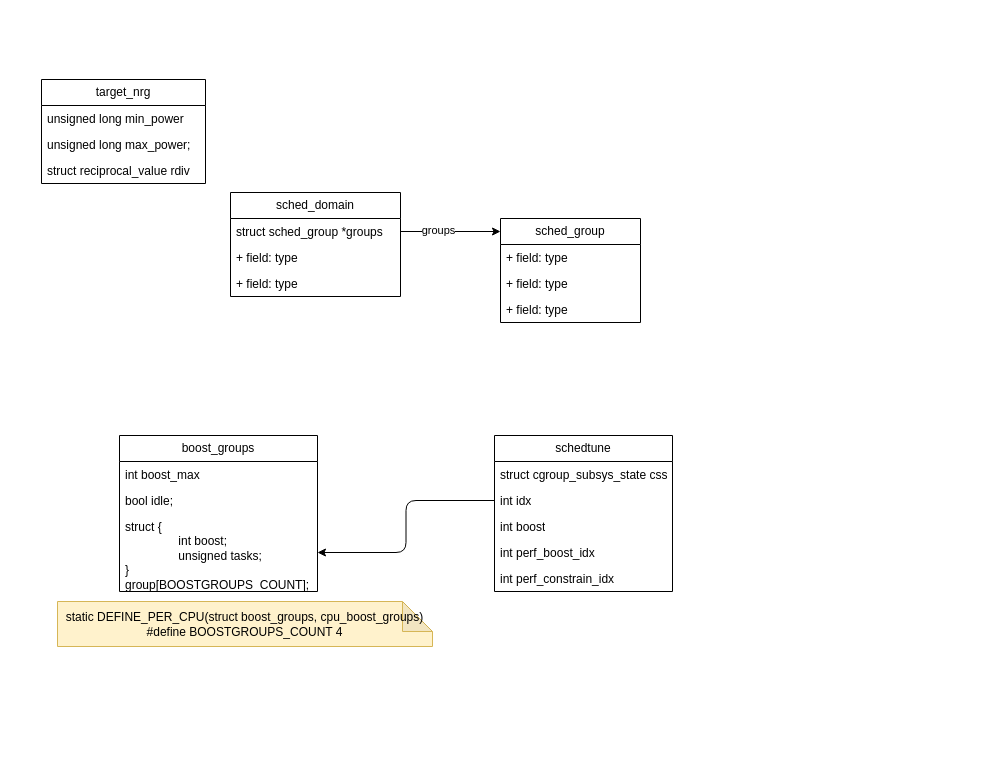
jasonactions/graph keeps this draw.io diagram as schedtune.drawio. Above is the earlier version. Source tidied: cells renumbered, new cells numbered last; positions are measured from the earlier drawing's top-left corner, leaving out a move shared by most shapes. Both pictures are drawn from the tidied source at 100%, with x=0, y=0 at pixel (41, 79).
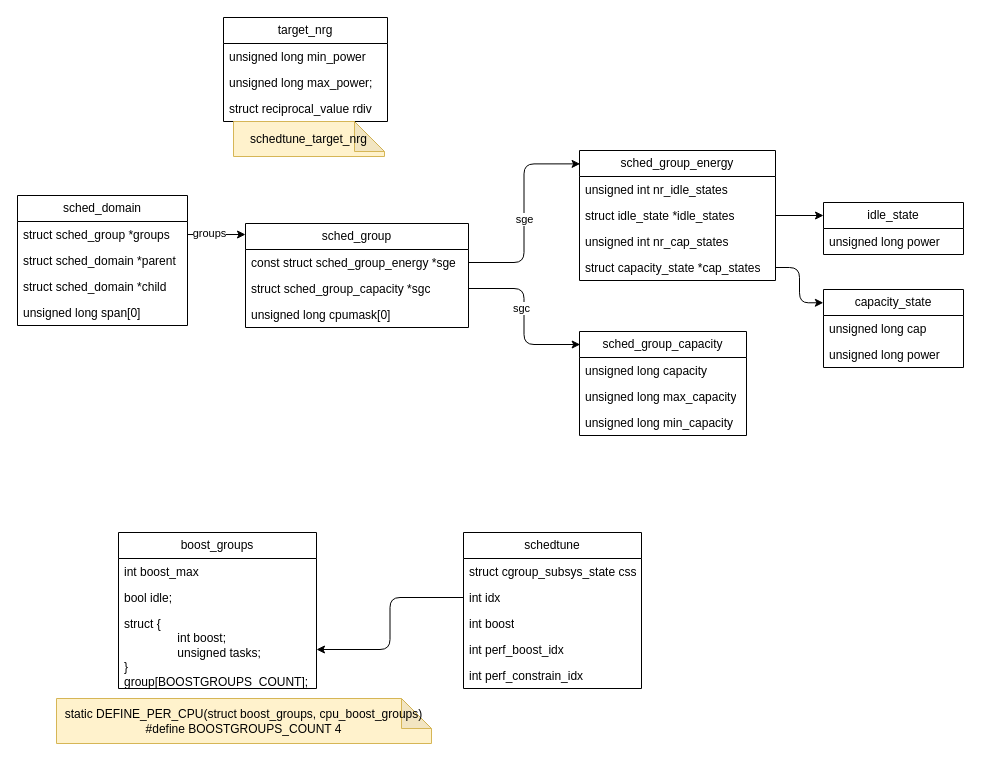
After the change.

Unchanged cells that the change refers to:
```xml
<mxCell id="7" value="struct sched_group *groups" style="text;strokeColor=none;fillColor=none;align=left;verticalAlign=top;spacingLeft=4;spacingRight=4;overflow=hidden;points=[[0,0.5],[1,0.5]];portConstraint=eastwest;whiteSpace=wrap;html=1;" parent="6" vertex="1">
  <mxGeometry y="26" width="170" height="26" as="geometry" />
</mxCell>
```

Change to the diagram source:
```diff
@@
     <mxCell id="2" value="target_nrg" style="swimlane;fontStyle=0;horizontal=1;startSize=26;fillColor=none;whiteSpace=wrap;html=1;" parent="1" vertex="1">
-      <mxGeometry width="164" height="104" as="geometry" />
+      <mxGeometry x="182" y="-62" width="164" height="104" as="geometry" />
     </mxCell>
@@
     <mxCell id="6" value="sched_domain" style="swimlane;fontStyle=0;horizontal=1;startSize=26;fillColor=none;whiteSpace=wrap;html=1;" parent="1" vertex="1">
-      <mxGeometry x="189" y="113" width="170" height="104" as="geometry" />
+      <mxGeometry x="-24" y="116" width="170" height="130" as="geometry" />
     </mxCell>
@@
-    <mxCell id="8" value="+ field: type" style="text;strokeColor=none;fillColor=none;align=left;verticalAlign=top;spacingLeft=4;spacingRight=4;overflow=hidden;whiteSpace=wrap;html=1;" parent="6" vertex="1">
+    <mxCell id="8" value="struct sched_domain *parent" style="text;strokeColor=none;fillColor=none;align=left;verticalAlign=top;spacingLeft=4;spacingRight=4;overflow=hidden;whiteSpace=wrap;html=1;" parent="6" vertex="1">
       <mxGeometry y="52" width="170" height="26" as="geometry" />
     </mxCell>
+    <mxCell id="28" value="struct sched_domain *child" style="text;strokeColor=none;fillColor=none;align=left;verticalAlign=top;spacingLeft=4;spacingRight=4;overflow=hidden;whiteSpace=wrap;html=1;" parent="6" vertex="1">
+      <mxGeometry y="78" width="170" height="26" as="geometry" />
+    </mxCell>
-    <mxCell id="9" value="+ field: type" style="text;strokeColor=none;fillColor=none;align=left;verticalAlign=top;spacingLeft=4;spacingRight=4;overflow=hidden;whiteSpace=wrap;html=1;" parent="6" vertex="1">
-      <mxGeometry y="78" width="170" height="26" as="geometry" />
+    <mxCell id="9" value="unsigned long span[0]" style="text;strokeColor=none;fillColor=none;align=left;verticalAlign=top;spacingLeft=4;spacingRight=4;overflow=hidden;whiteSpace=wrap;html=1;" parent="6" vertex="1">
+      <mxGeometry y="104" width="170" height="26" as="geometry" />
     </mxCell>
     <mxCell id="10" value="sched_group" style="swimlane;fontStyle=0;horizontal=1;startSize=26;fillColor=none;whiteSpace=wrap;html=1;" parent="1" vertex="1">
-      <mxGeometry x="459" y="139" width="140" height="104" as="geometry" />
+      <mxGeometry x="204" y="144" width="223" height="104" as="geometry" />
     </mxCell>
-    <mxCell id="11" value="+ field: type" style="text;strokeColor=none;fillColor=none;align=left;verticalAlign=top;spacingLeft=4;spacingRight=4;overflow=hidden;points=[[0,0.5],[1,0.5]];portConstraint=eastwest;whiteSpace=wrap;html=1;" parent="10" vertex="1">
-      <mxGeometry y="26" width="140" height="26" as="geometry" />
+    <mxCell id="11" value="const struct sched_group_energy *sge" style="text;strokeColor=none;fillColor=none;align=left;verticalAlign=top;spacingLeft=4;spacingRight=4;overflow=hidden;points=[[0,0.5],[1,0.5]];portConstraint=eastwest;whiteSpace=wrap;html=1;" parent="10" vertex="1">
+      <mxGeometry y="26" width="223" height="26" as="geometry" />
     </mxCell>
-    <mxCell id="12" value="+ field: type" style="text;strokeColor=none;fillColor=none;align=left;verticalAlign=top;spacingLeft=4;spacingRight=4;overflow=hidden;points=[[0,0.5],[1,0.5]];portConstraint=eastwest;whiteSpace=wrap;html=1;" parent="10" vertex="1">
-      <mxGeometry y="52" width="140" height="26" as="geometry" />
+    <mxCell id="12" value="struct sched_group_capacity *sgc" style="text;strokeColor=none;fillColor=none;align=left;verticalAlign=top;spacingLeft=4;spacingRight=4;overflow=hidden;points=[[0,0.5],[1,0.5]];portConstraint=eastwest;whiteSpace=wrap;html=1;" parent="10" vertex="1">
+      <mxGeometry y="52" width="223" height="26" as="geometry" />
     </mxCell>
-    <mxCell id="13" value="+ field: type" style="text;strokeColor=none;fillColor=none;align=left;verticalAlign=top;spacingLeft=4;spacingRight=4;overflow=hidden;whiteSpace=wrap;html=1;" parent="10" vertex="1">
-      <mxGeometry y="78" width="140" height="26" as="geometry" />
+    <mxCell id="13" value="unsigned long cpumask[0]" style="text;strokeColor=none;fillColor=none;align=left;verticalAlign=top;spacingLeft=4;spacingRight=4;overflow=hidden;whiteSpace=wrap;html=1;" parent="10" vertex="1">
+      <mxGeometry y="78" width="223" height="26" as="geometry" />
     </mxCell>
-    <mxCell id="14" style="edgeStyle=orthogonalEdgeStyle;rounded=0;jettySize=auto;html=1;" parent="1" edge="1" source="7">
-      <mxGeometry relative="1" as="geometry">
-        <mxPoint x="459" y="152" as="targetPoint" />
-      </mxGeometry>
+    <mxCell id="14" style="edgeStyle=orthogonalEdgeStyle;rounded=0;jettySize=auto;html=1;entryX=0;entryY=0.106;entryDx=0;entryDy=0;entryPerimeter=0;" parent="1" edge="1" source="7" target="10">
+      <mxGeometry relative="1" as="geometry" />
     </mxCell>
@@
     <mxCell id="16" value="boost_groups" style="swimlane;fontStyle=0;horizontal=1;startSize=26;fillColor=none;whiteSpace=wrap;html=1;" parent="1" vertex="1">
-      <mxGeometry x="78" y="356" width="198" height="156" as="geometry" />
+      <mxGeometry x="77" y="453" width="198" height="156" as="geometry" />
     </mxCell>
@@
     <mxCell id="20" value="schedtune" style="swimlane;fontStyle=0;horizontal=1;startSize=26;fillColor=none;whiteSpace=wrap;html=1;" parent="1" vertex="1">
-      <mxGeometry x="453" y="356" width="178" height="156" as="geometry" />
+      <mxGeometry x="422" y="453" width="178" height="156" as="geometry" />
     </mxCell>
@@
     <mxCell id="26" value="static DEFINE_PER_CPU(struct boost_groups, cpu_boost_groups)&lt;div&gt;#define BOOSTGROUPS_COUNT 4&lt;br&gt;&lt;/div&gt;" style="shape=note;whiteSpace=wrap;html=1;backgroundOutline=1;darkOpacity=0.05;fillColor=#fff2cc;strokeColor=#d6b656;" parent="1" vertex="1">
-      <mxGeometry x="16" y="522" width="375" height="45" as="geometry" />
+      <mxGeometry x="15" y="619" width="375" height="45" as="geometry" />
     </mxCell>
@@
+    <mxCell id="29" value="schedtune_target_nrg" style="shape=note;whiteSpace=wrap;html=1;backgroundOutline=1;darkOpacity=0.05;fillColor=#fff2cc;strokeColor=#d6b656;" parent="1" vertex="1">
+      <mxGeometry x="192" y="42" width="151" height="35" as="geometry" />
+    </mxCell>
+    <mxCell id="30" value="sched_group_capacity" style="swimlane;fontStyle=0;horizontal=1;startSize=26;fillColor=none;whiteSpace=wrap;html=1;" parent="1" vertex="1">
+      <mxGeometry x="538" y="252" width="167" height="104" as="geometry" />
+    </mxCell>
+    <mxCell id="31" value="unsigned long capacity" style="text;strokeColor=none;fillColor=none;align=left;verticalAlign=top;spacingLeft=4;spacingRight=4;overflow=hidden;whiteSpace=wrap;html=1;" parent="30" vertex="1">
+      <mxGeometry y="26" width="167" height="26" as="geometry" />
+    </mxCell>
+    <mxCell id="32" value="unsigned long max_capacity" style="text;strokeColor=none;fillColor=none;align=left;verticalAlign=top;spacingLeft=4;spacingRight=4;overflow=hidden;whiteSpace=wrap;html=1;" parent="30" vertex="1">
+      <mxGeometry y="52" width="167" height="26" as="geometry" />
+    </mxCell>
+    <mxCell id="33" value="unsigned long min_capacity" style="text;strokeColor=none;fillColor=none;align=left;verticalAlign=top;spacingLeft=4;spacingRight=4;overflow=hidden;whiteSpace=wrap;html=1;" parent="30" vertex="1">
+      <mxGeometry y="78" width="167" height="26" as="geometry" />
+    </mxCell>
+    <mxCell id="34" style="edgeStyle=orthogonalEdgeStyle;rounded=1;jettySize=auto;html=1;entryX=0.004;entryY=0.125;entryDx=0;entryDy=0;entryPerimeter=0;exitX=1;exitY=0.5;exitDx=0;exitDy=0;curved=0;" parent="1" edge="1" source="12" target="30">
+      <mxGeometry relative="1" as="geometry" />
+    </mxCell>
+    <mxCell id="35" value="sgc" style="edgeLabel;html=1;align=center;verticalAlign=middle;" parent="34" vertex="1">
+      <mxGeometry x="-0.1" y="-2" relative="1" as="geometry">
+        <mxPoint x="-1" as="offset" />
+      </mxGeometry>
+    </mxCell>
+    <mxCell id="36" value="sched_group_energy" style="swimlane;fontStyle=0;horizontal=1;startSize=26;fillColor=none;whiteSpace=wrap;html=1;" parent="1" vertex="1">
+      <mxGeometry x="538" y="71" width="196" height="130" as="geometry" />
+    </mxCell>
+    <mxCell id="37" value="unsigned int nr_idle_states" style="text;strokeColor=none;fillColor=none;align=left;verticalAlign=top;spacingLeft=4;spacingRight=4;overflow=hidden;whiteSpace=wrap;html=1;" parent="36" vertex="1">
+      <mxGeometry y="26" width="196" height="26" as="geometry" />
+    </mxCell>
+    <mxCell id="38" value="struct idle_state *idle_states" style="text;strokeColor=none;fillColor=none;align=left;verticalAlign=top;spacingLeft=4;spacingRight=4;overflow=hidden;points=[[0,0.5],[1,0.5]];portConstraint=eastwest;whiteSpace=wrap;html=1;" parent="36" vertex="1">
+      <mxGeometry y="52" width="196" height="26" as="geometry" />
+    </mxCell>
+    <mxCell id="39" value="unsigned int nr_cap_states" style="text;strokeColor=none;fillColor=none;align=left;verticalAlign=top;spacingLeft=4;spacingRight=4;overflow=hidden;whiteSpace=wrap;html=1;" parent="36" vertex="1">
+      <mxGeometry y="78" width="196" height="26" as="geometry" />
+    </mxCell>
+    <mxCell id="40" value="struct capacity_state *cap_states" style="text;strokeColor=none;fillColor=none;align=left;verticalAlign=top;spacingLeft=4;spacingRight=4;overflow=hidden;points=[[0,0.5],[1,0.5]];portConstraint=eastwest;whiteSpace=wrap;html=1;" parent="36" vertex="1">
+      <mxGeometry y="104" width="196" height="26" as="geometry" />
+    </mxCell>
+    <mxCell id="41" style="edgeStyle=orthogonalEdgeStyle;rounded=1;jettySize=auto;html=1;entryX=0.003;entryY=0.103;entryDx=0;entryDy=0;entryPerimeter=0;curved=0;" parent="1" edge="1" source="11" target="36">
+      <mxGeometry relative="1" as="geometry" />
+    </mxCell>
+    <mxCell id="42" value="sge" style="edgeLabel;html=1;align=center;verticalAlign=middle;" parent="41" vertex="1">
+      <mxGeometry x="-0.06" relative="1" as="geometry" />
+    </mxCell>
+    <mxCell id="43" value="idle_state" style="swimlane;fontStyle=0;horizontal=1;startSize=26;fillColor=none;whiteSpace=wrap;html=1;" parent="1" vertex="1">
+      <mxGeometry x="782" y="123" width="140" height="52" as="geometry" />
+    </mxCell>
+    <mxCell id="44" value="unsigned long power" style="text;strokeColor=none;fillColor=none;align=left;verticalAlign=top;spacingLeft=4;spacingRight=4;overflow=hidden;whiteSpace=wrap;html=1;" parent="43" vertex="1">
+      <mxGeometry y="26" width="140" height="26" as="geometry" />
+    </mxCell>
+    <mxCell id="45" style="edgeStyle=orthogonalEdgeStyle;rounded=1;jettySize=auto;html=1;entryX=0;entryY=0.25;entryDx=0;entryDy=0;curved=0;" parent="1" edge="1" source="38" target="43">
+      <mxGeometry relative="1" as="geometry" />
+    </mxCell>
+    <mxCell id="46" value="capacity_state" style="swimlane;fontStyle=0;horizontal=1;startSize=26;fillColor=none;whiteSpace=wrap;html=1;" parent="1" vertex="1">
+      <mxGeometry x="782" y="210" width="140" height="78" as="geometry" />
+    </mxCell>
+    <mxCell id="47" value="unsigned long cap" style="text;strokeColor=none;fillColor=none;align=left;verticalAlign=top;spacingLeft=4;spacingRight=4;overflow=hidden;whiteSpace=wrap;html=1;" parent="46" vertex="1">
+      <mxGeometry y="26" width="140" height="26" as="geometry" />
+    </mxCell>
+    <mxCell id="48" value="unsigned long power" style="text;strokeColor=none;fillColor=none;align=left;verticalAlign=top;spacingLeft=4;spacingRight=4;overflow=hidden;whiteSpace=wrap;html=1;" parent="46" vertex="1">
+      <mxGeometry y="52" width="140" height="26" as="geometry" />
+    </mxCell>
+    <mxCell id="49" style="edgeStyle=orthogonalEdgeStyle;rounded=1;jettySize=auto;html=1;entryX=-0.001;entryY=0.17;entryDx=0;entryDy=0;entryPerimeter=0;curved=0;" parent="1" edge="1" source="40" target="46">
+      <mxGeometry relative="1" as="geometry" />
+    </mxCell>
```
